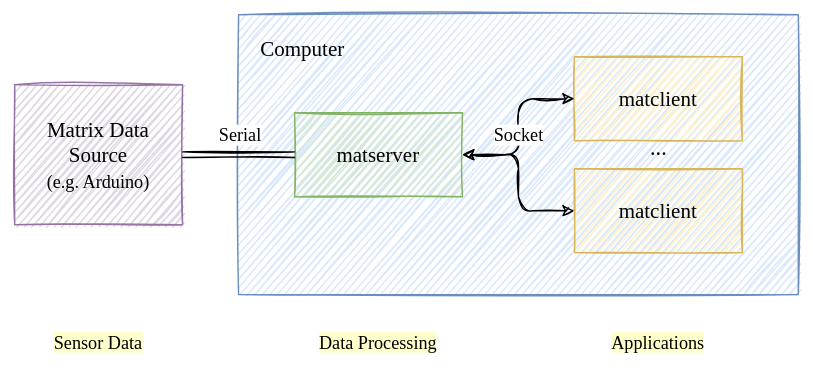
Before: img/schematic.drawio.svg, a diagram exported from draw.io (atomiechen/MatSense). Source tidied: cells renumbered, new cells last; positions are measured from the earlier drawing's top-left corner, leaving out a move shared by most shapes.
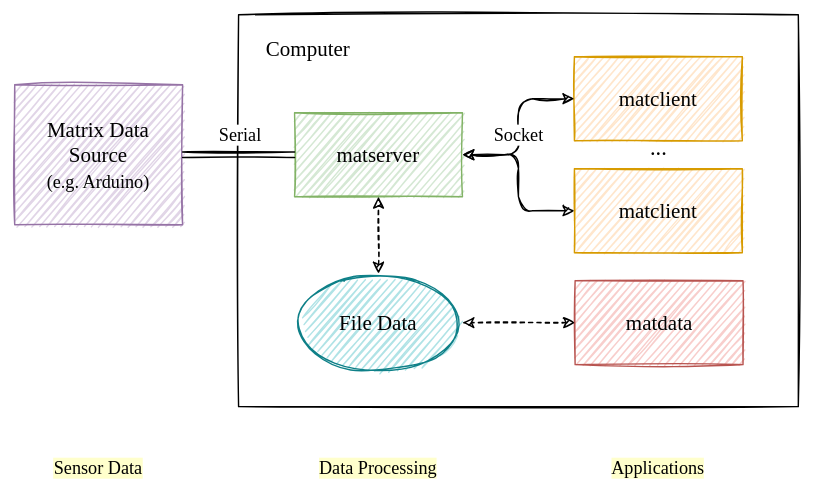
The same diagram one commit later.

The edit, as a diff of the source:
```diff
@@ -2,11 +2,11 @@
   <root>
     <mxCell id="0" />
     <mxCell id="1" parent="0" />
-    <mxCell id="2" style="rounded=0;whiteSpace=wrap;html=1;labelBackgroundColor=none;labelBorderColor=none;sketch=1;fontFamily=Comic Sans MS;fontSize=12;fillColor=#dae8fc;strokeColor=#6c8ebf;gradientColor=none;" parent="1" vertex="1">
-      <mxGeometry x="160" width="400" height="200" as="geometry" />
+    <mxCell id="2" style="rounded=0;whiteSpace=wrap;html=1;labelBackgroundColor=none;labelBorderColor=none;sketch=1;fontFamily=Comic Sans MS;fontSize=12;" parent="1" vertex="1">
+      <mxGeometry x="160" width="400" height="280" as="geometry" />
     </mxCell>
     <mxCell id="3" value="Computer" style="text;html=1;strokeColor=none;fillColor=none;align=center;verticalAlign=middle;whiteSpace=wrap;rounded=0;labelBackgroundColor=none;labelBorderColor=none;sketch=0;fontFamily=Comic Sans MS;fontSize=15;" parent="1" vertex="1">
-      <mxGeometry x="176" y="9.5" width="60" height="28.6" as="geometry" />
+      <mxGeometry x="180" y="10" width="60" height="28.6" as="geometry" />
     </mxCell>
     <mxCell id="4" value="Matrix Data Source&lt;br style=&quot;font-size: 15px&quot;&gt;&lt;font style=&quot;font-size: 13px&quot;&gt;(e.g. Arduino)&lt;/font&gt;" style="rounded=0;whiteSpace=wrap;html=1;labelBackgroundColor=none;labelBorderColor=none;sketch=1;fontSize=15;fontFamily=Comic Sans MS;fillColor=#e1d5e7;strokeColor=#9673a6;" parent="1" vertex="1">
       <mxGeometry y="50" width="120" height="100" as="geometry" />
@@ -22,10 +22,10 @@
         <mxPoint x="-1" y="-16" as="offset" />
       </mxGeometry>
     </mxCell>
-    <mxCell id="8" value="matclient" style="rounded=0;whiteSpace=wrap;html=1;fontSize=15;sketch=1;fontFamily=Comic Sans MS;fillColor=#fff2cc;strokeColor=#d6b656;" parent="1" vertex="1">
+    <mxCell id="8" value="matclient" style="rounded=0;whiteSpace=wrap;html=1;fontSize=15;sketch=1;fontFamily=Comic Sans MS;fillColor=#ffe6cc;strokeColor=#d79b00;" parent="1" vertex="1">
       <mxGeometry x="400" y="30" width="120" height="60" as="geometry" />
     </mxCell>
-    <mxCell id="9" value="matclient" style="rounded=0;whiteSpace=wrap;html=1;fontSize=15;sketch=1;fontFamily=Comic Sans MS;fillColor=#fff2cc;strokeColor=#d6b656;" parent="1" vertex="1">
+    <mxCell id="9" value="matclient" style="rounded=0;whiteSpace=wrap;html=1;fontSize=15;sketch=1;fontFamily=Comic Sans MS;fillColor=#ffe6cc;strokeColor=#d79b00;" parent="1" vertex="1">
       <mxGeometry x="400" y="110" width="120" height="60" as="geometry" />
     </mxCell>
     <mxCell id="10" style="endArrow=classic;startArrow=classic;html=1;exitX=1;exitY=0.5;exitDx=0;exitDy=0;entryX=0;entryY=0.5;entryDx=0;entryDy=0;edgeStyle=orthogonalEdgeStyle;rounded=1;fontSize=14;sketch=1;fontFamily=Comic Sans MS;" parent="1" edge="1" source="5" target="9">
@@ -42,14 +42,29 @@
     <mxCell id="13" value="Socket" style="edgeLabel;html=1;align=center;verticalAlign=middle;fontSize=13;fontFamily=Comic Sans MS;" parent="1" vertex="1">
       <mxGeometry x="360" y="85" as="geometry" />
     </mxCell>
+    <mxCell id="17" style="group;" parent="1" vertex="1">
+      <mxGeometry x="10" y="309" width="500" height="30" as="geometry" />
+    </mxCell>
-    <mxCell id="14" value="Sensor Data" style="text;html=1;strokeColor=none;fillColor=none;align=center;verticalAlign=middle;whiteSpace=wrap;rounded=0;sketch=1;fontFamily=Comic Sans MS;fontSize=13;labelBackgroundColor=#FFFFCC;" parent="1" vertex="1">
-      <mxGeometry x="10" y="219" width="100" height="30" as="geometry" />
+    <mxCell id="14" value="Sensor Data" style="text;html=1;strokeColor=none;fillColor=none;align=center;verticalAlign=middle;whiteSpace=wrap;rounded=0;sketch=1;fontFamily=Comic Sans MS;fontSize=13;labelBackgroundColor=#FFFFCC;" parent="17" vertex="1">
+      <mxGeometry width="100" height="30" as="geometry" />
     </mxCell>
-    <mxCell id="15" value="Data Processing" style="text;html=1;strokeColor=none;fillColor=none;align=center;verticalAlign=middle;whiteSpace=wrap;rounded=0;sketch=1;fontFamily=Comic Sans MS;fontSize=13;labelBackgroundColor=#FFFFCC;" parent="1" vertex="1">
-      <mxGeometry x="210" y="219" width="100" height="30" as="geometry" />
+    <mxCell id="15" value="Data Processing" style="text;html=1;strokeColor=none;fillColor=none;align=center;verticalAlign=middle;whiteSpace=wrap;rounded=0;sketch=1;fontFamily=Comic Sans MS;fontSize=13;labelBackgroundColor=#FFFFCC;" parent="17" vertex="1">
+      <mxGeometry x="200" width="100" height="30" as="geometry" />
     </mxCell>
-    <mxCell id="16" value="Applications" style="text;html=1;strokeColor=none;fillColor=none;align=center;verticalAlign=middle;whiteSpace=wrap;rounded=0;sketch=1;fontFamily=Comic Sans MS;fontSize=13;labelBackgroundColor=#FFFFCC;" parent="1" vertex="1">
-      <mxGeometry x="410" y="219" width="100" height="30" as="geometry" />
+    <mxCell id="16" value="Applications" style="text;html=1;strokeColor=none;fillColor=none;align=center;verticalAlign=middle;whiteSpace=wrap;rounded=0;sketch=1;fontFamily=Comic Sans MS;fontSize=13;labelBackgroundColor=#FFFFCC;" parent="17" vertex="1">
+      <mxGeometry x="400" width="100" height="30" as="geometry" />
     </mxCell>
+    <mxCell id="18" value="File Data" style="ellipse;whiteSpace=wrap;html=1;sketch=1;fontFamily=Comic Sans MS;fontSize=15;fillColor=#b0e3e6;strokeColor=#0e8088;" parent="1" vertex="1">
+      <mxGeometry x="200" y="185" width="120" height="70" as="geometry" />
+    </mxCell>
+    <mxCell id="19" value="matdata" style="rounded=0;whiteSpace=wrap;html=1;sketch=1;fontFamily=Comic Sans MS;fontSize=15;fillColor=#f8cecc;strokeColor=#b85450;" parent="1" vertex="1">
+      <mxGeometry x="400.5" y="190" width="120" height="60" as="geometry" />
+    </mxCell>
+    <mxCell id="20" style="endArrow=classic;startArrow=classic;html=1;sketch=1;fontFamily=Comic Sans MS;fontSize=15;entryX=1;entryY=0.5;entryDx=0;entryDy=0;dashed=1;exitX=0;exitY=0.5;exitDx=0;exitDy=0;" parent="1" edge="1" source="19" target="18">
+      <mxGeometry relative="1" as="geometry" />
+    </mxCell>
+    <mxCell id="21" style="endArrow=classic;startArrow=classic;html=1;sketch=1;fontFamily=Comic Sans MS;fontSize=15;entryX=0.5;entryY=1;entryDx=0;entryDy=0;dashed=1;" parent="1" edge="1" source="18" target="5">
+      <mxGeometry relative="1" as="geometry" />
+    </mxCell>
   </root>
 </mxGraphModel>
```
